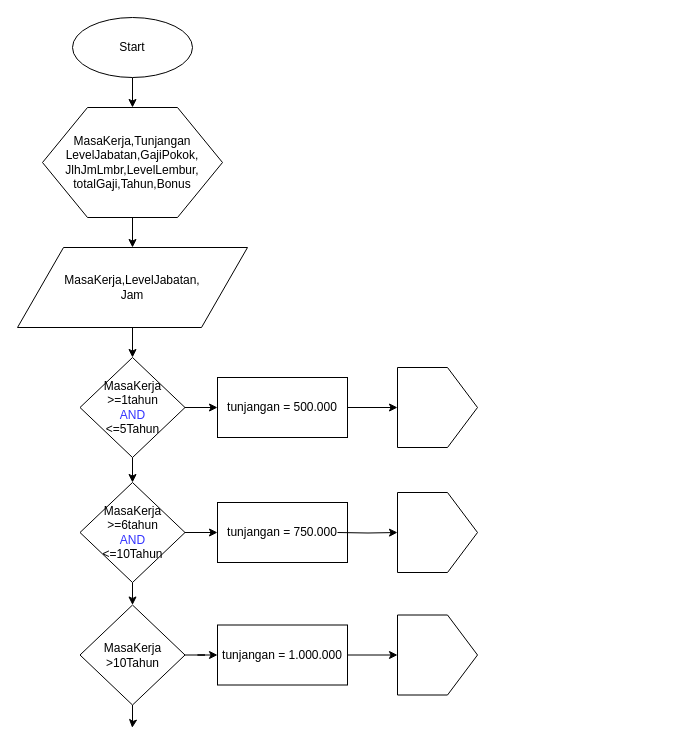
Above: page "Page-1" (1 of 3) of Soal Ke - 3.drawio in suryaindra23/belajar (draw.io), before the change. Source tidied: cells renumbered, new cells numbered last; positions are measured from the earlier drawing's top-left corner, leaving out a move shared by most shapes. Both pictures are drawn from the tidied source at 100%, with x=0, y=0 at pixel (17, 17).
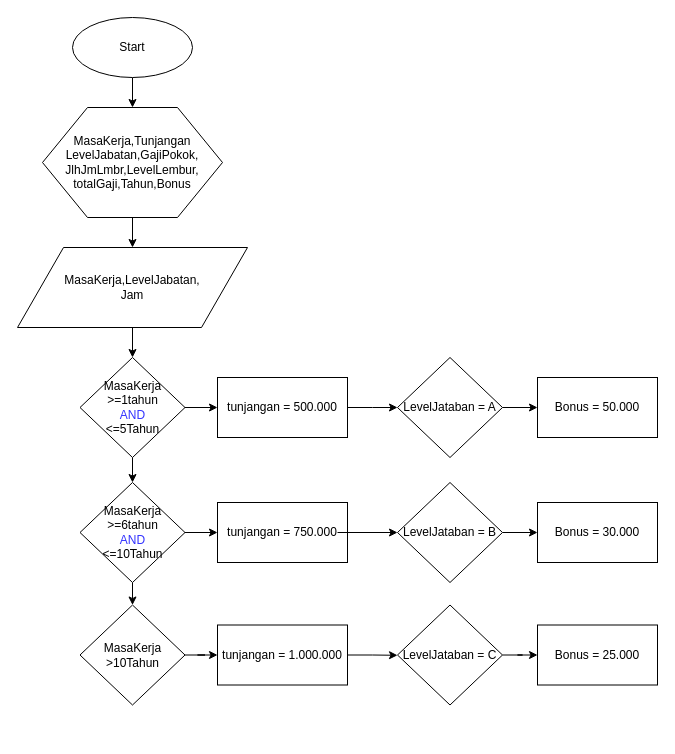
After the change.

Unchanged cells that the change refers to:
```xml
<mxCell id="12" value="tunjangan = 500.000" style="rounded=0;whiteSpace=wrap;html=1;" parent="1" vertex="1">
  <mxGeometry x="200" y="360" width="130" height="60" as="geometry" />
</mxCell>
<mxCell id="20" value="MasaKerja&lt;br&gt;&amp;gt;10Tahun" style="rhombus;whiteSpace=wrap;html=1;" parent="1" vertex="1">
  <mxGeometry x="62.5" y="587.5" width="105" height="100" as="geometry" />
</mxCell>
<mxCell id="21" value="tunjangan = 1.000.000" style="rounded=0;whiteSpace=wrap;html=1;" parent="1" vertex="1">
  <mxGeometry x="200" y="607.5" width="130" height="60" as="geometry" />
</mxCell>
```

The edit, as a diff of the source:
```diff
@@
-    <mxCell id="11" style="edgeStyle=orthogonalEdgeStyle;rounded=0;jettySize=auto;html=1;" parent="1" edge="1" source="12" target="13">
-      <mxGeometry relative="1" as="geometry" />
+    <mxCell id="11" style="edgeStyle=orthogonalEdgeStyle;rounded=0;jettySize=auto;html=1;" parent="1" edge="1" source="12">
+      <mxGeometry relative="1" as="geometry">
+        <mxPoint x="380" y="390" as="targetPoint" />
+      </mxGeometry>
     </mxCell>
@@
-    <mxCell id="13" style="shape=offPageConnector;whiteSpace=wrap;html=1;direction=north;" parent="1" vertex="1">
-      <mxGeometry x="380" y="350" width="80" height="80" as="geometry" />
-    </mxCell>
@@
-    <mxCell id="19" style="edgeStyle=orthogonalEdgeStyle;rounded=0;jettySize=auto;html=1;" parent="1" edge="1" source="20">
-      <mxGeometry relative="1" as="geometry">
-        <mxPoint x="114.7" y="710.3" as="targetPoint" />
-      </mxGeometry>
-    </mxCell>
@@
-    <mxCell id="22" style="edgeStyle=orthogonalEdgeStyle;rounded=0;jettySize=auto;html=1;" parent="1" edge="1" target="23">
+    <mxCell id="22" style="edgeStyle=orthogonalEdgeStyle;rounded=0;orthogonalLoop=1;jettySize=auto;html=1;" parent="1" edge="1">
       <mxGeometry relative="1" as="geometry">
         <mxPoint x="320" y="515" as="sourcePoint" />
+        <mxPoint x="380" y="515" as="targetPoint" />
       </mxGeometry>
     </mxCell>
-    <mxCell id="23" style="shape=offPageConnector;whiteSpace=wrap;html=1;direction=north;" parent="1" vertex="1">
-      <mxGeometry x="380" y="475" width="80" height="80" as="geometry" />
-    </mxCell>
-    <mxCell id="24" style="edgeStyle=orthogonalEdgeStyle;rounded=0;jettySize=auto;html=1;exitX=1;exitY=0.5;exitDx=0;exitDy=0;" parent="1" edge="1" source="21" target="25">
-      <mxGeometry relative="1" as="geometry" />
+    <mxCell id="24" style="edgeStyle=orthogonalEdgeStyle;rounded=0;jettySize=auto;html=1;exitX=1;exitY=0.5;exitDx=0;exitDy=0;" parent="1" edge="1" source="21">
+      <mxGeometry relative="1" as="geometry">
+        <mxPoint x="380" y="637.8" as="targetPoint" />
+      </mxGeometry>
     </mxCell>
-    <mxCell id="25" style="shape=offPageConnector;whiteSpace=wrap;html=1;direction=north;" parent="1" vertex="1">
-      <mxGeometry x="380" y="597.5" width="80" height="80" as="geometry" />
-    </mxCell>
+    <mxCell id="26" style="edgeStyle=orthogonalEdgeStyle;rounded=0;jettySize=auto;html=1;" parent="1" edge="1" source="27" target="28">
+      <mxGeometry relative="1" as="geometry" />
+    </mxCell>
+    <mxCell id="27" value="LevelJataban = A" style="rhombus;whiteSpace=wrap;html=1;" parent="1" vertex="1">
+      <mxGeometry x="380" y="340" width="105" height="100" as="geometry" />
+    </mxCell>
+    <mxCell id="28" value="Bonus = 50.000" style="rounded=0;whiteSpace=wrap;html=1;" parent="1" vertex="1">
+      <mxGeometry x="520" y="360" width="120" height="60" as="geometry" />
+    </mxCell>
+    <mxCell id="29" style="edgeStyle=orthogonalEdgeStyle;rounded=0;jettySize=auto;html=1;" parent="1" edge="1" source="30" target="31">
+      <mxGeometry relative="1" as="geometry" />
+    </mxCell>
+    <mxCell id="30" value="LevelJataban = B" style="rhombus;whiteSpace=wrap;html=1;" parent="1" vertex="1">
+      <mxGeometry x="380" y="465" width="105" height="100" as="geometry" />
+    </mxCell>
+    <mxCell id="31" value="Bonus = 30.000" style="rounded=0;whiteSpace=wrap;html=1;" parent="1" vertex="1">
+      <mxGeometry x="520" y="485" width="120" height="60" as="geometry" />
+    </mxCell>
+    <mxCell id="32" style="edgeStyle=orthogonalEdgeStyle;rounded=0;jettySize=auto;html=1;" parent="1" edge="1" source="33" target="34">
+      <mxGeometry relative="1" as="geometry" />
+    </mxCell>
+    <mxCell id="33" value="LevelJataban = C" style="rhombus;whiteSpace=wrap;html=1;" parent="1" vertex="1">
+      <mxGeometry x="380" y="587.5" width="105" height="100" as="geometry" />
+    </mxCell>
+    <mxCell id="34" value="Bonus = 25.000" style="rounded=0;whiteSpace=wrap;html=1;" parent="1" vertex="1">
+      <mxGeometry x="520" y="607.5" width="120" height="60" as="geometry" />
+    </mxCell>
```
